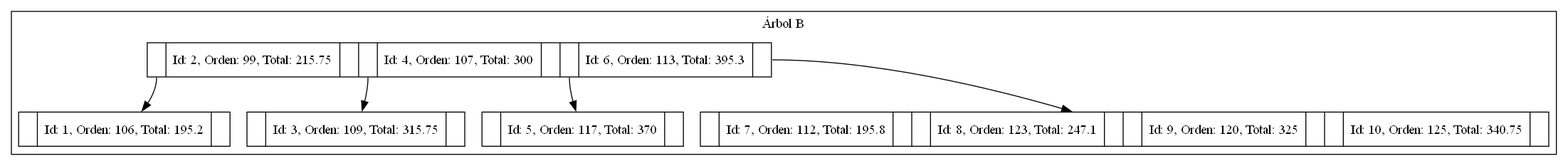
The Graphviz diagram Fase2/Reportes/Facturas.png in EstebanSNZT/-EDD-1S2025_202300769, before a commit. Its source is kept beside it as Fase2/Reportes/Facturas.dot.
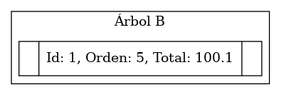
The same file after the commit.

Diff of the diagram source:
```diff
@@ -3,14 +3,6 @@
     rankdir=TB;
     subgraph cluster_0 {
         label = "Árbol B";
-        n0 [label="<f0> |Id: 2, Orden: 99, Total: 215.75||<f1> |Id: 4, Orden: 107, Total: 300||<f2> |Id: 6, Orden: 113, Total: 395.3|<f3>"];
-        n1 [label="<f0> |Id: 1, Orden: 106, Total: 195.2|<f1>"];
-        n0:f0 -> n1;
-        n2 [label="<f0> |Id: 3, Orden: 109, Total: 315.75|<f1>"];
-        n0:f1 -> n2;
-        n3 [label="<f0> |Id: 5, Orden: 117, Total: 370|<f1>"];
-        n0:f2 -> n3;
-        n4 [label="<f0> |Id: 7, Orden: 112, Total: 195.8||<f1> |Id: 8, Orden: 123, Total: 247.1||<f2> |Id: 9, Orden: 120, Total: 325||<f3> |Id: 10, Orden: 125, Total: 340.75|<f4>"];
-        n0:f3 -> n4;
+        n0 [label="<f0> |Id: 1, Orden: 5, Total: 100.1|<f1>"];
     }
 }
```
